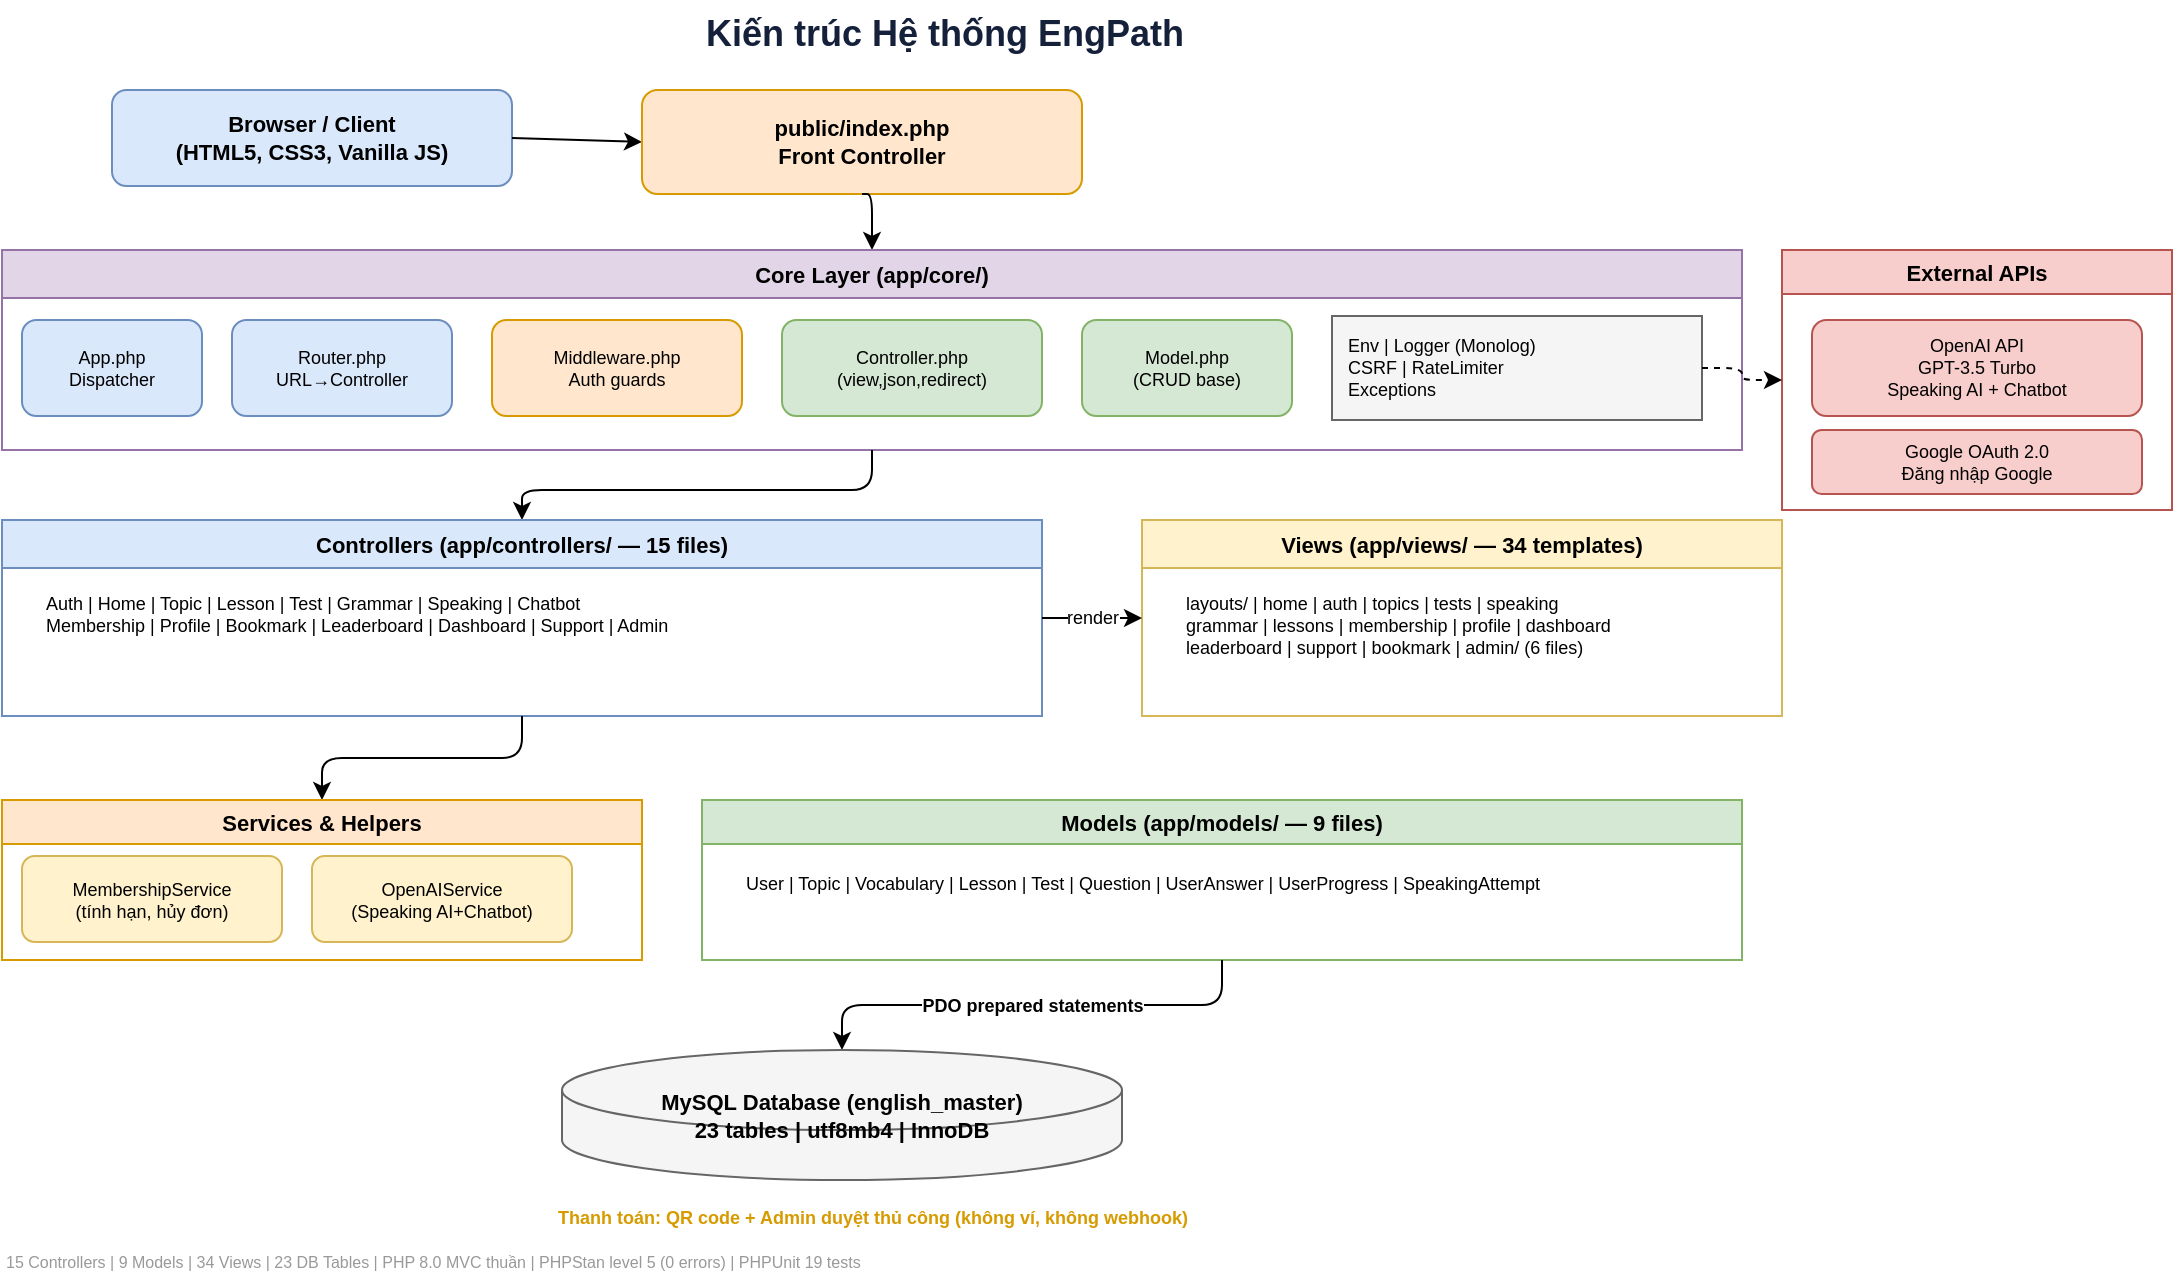
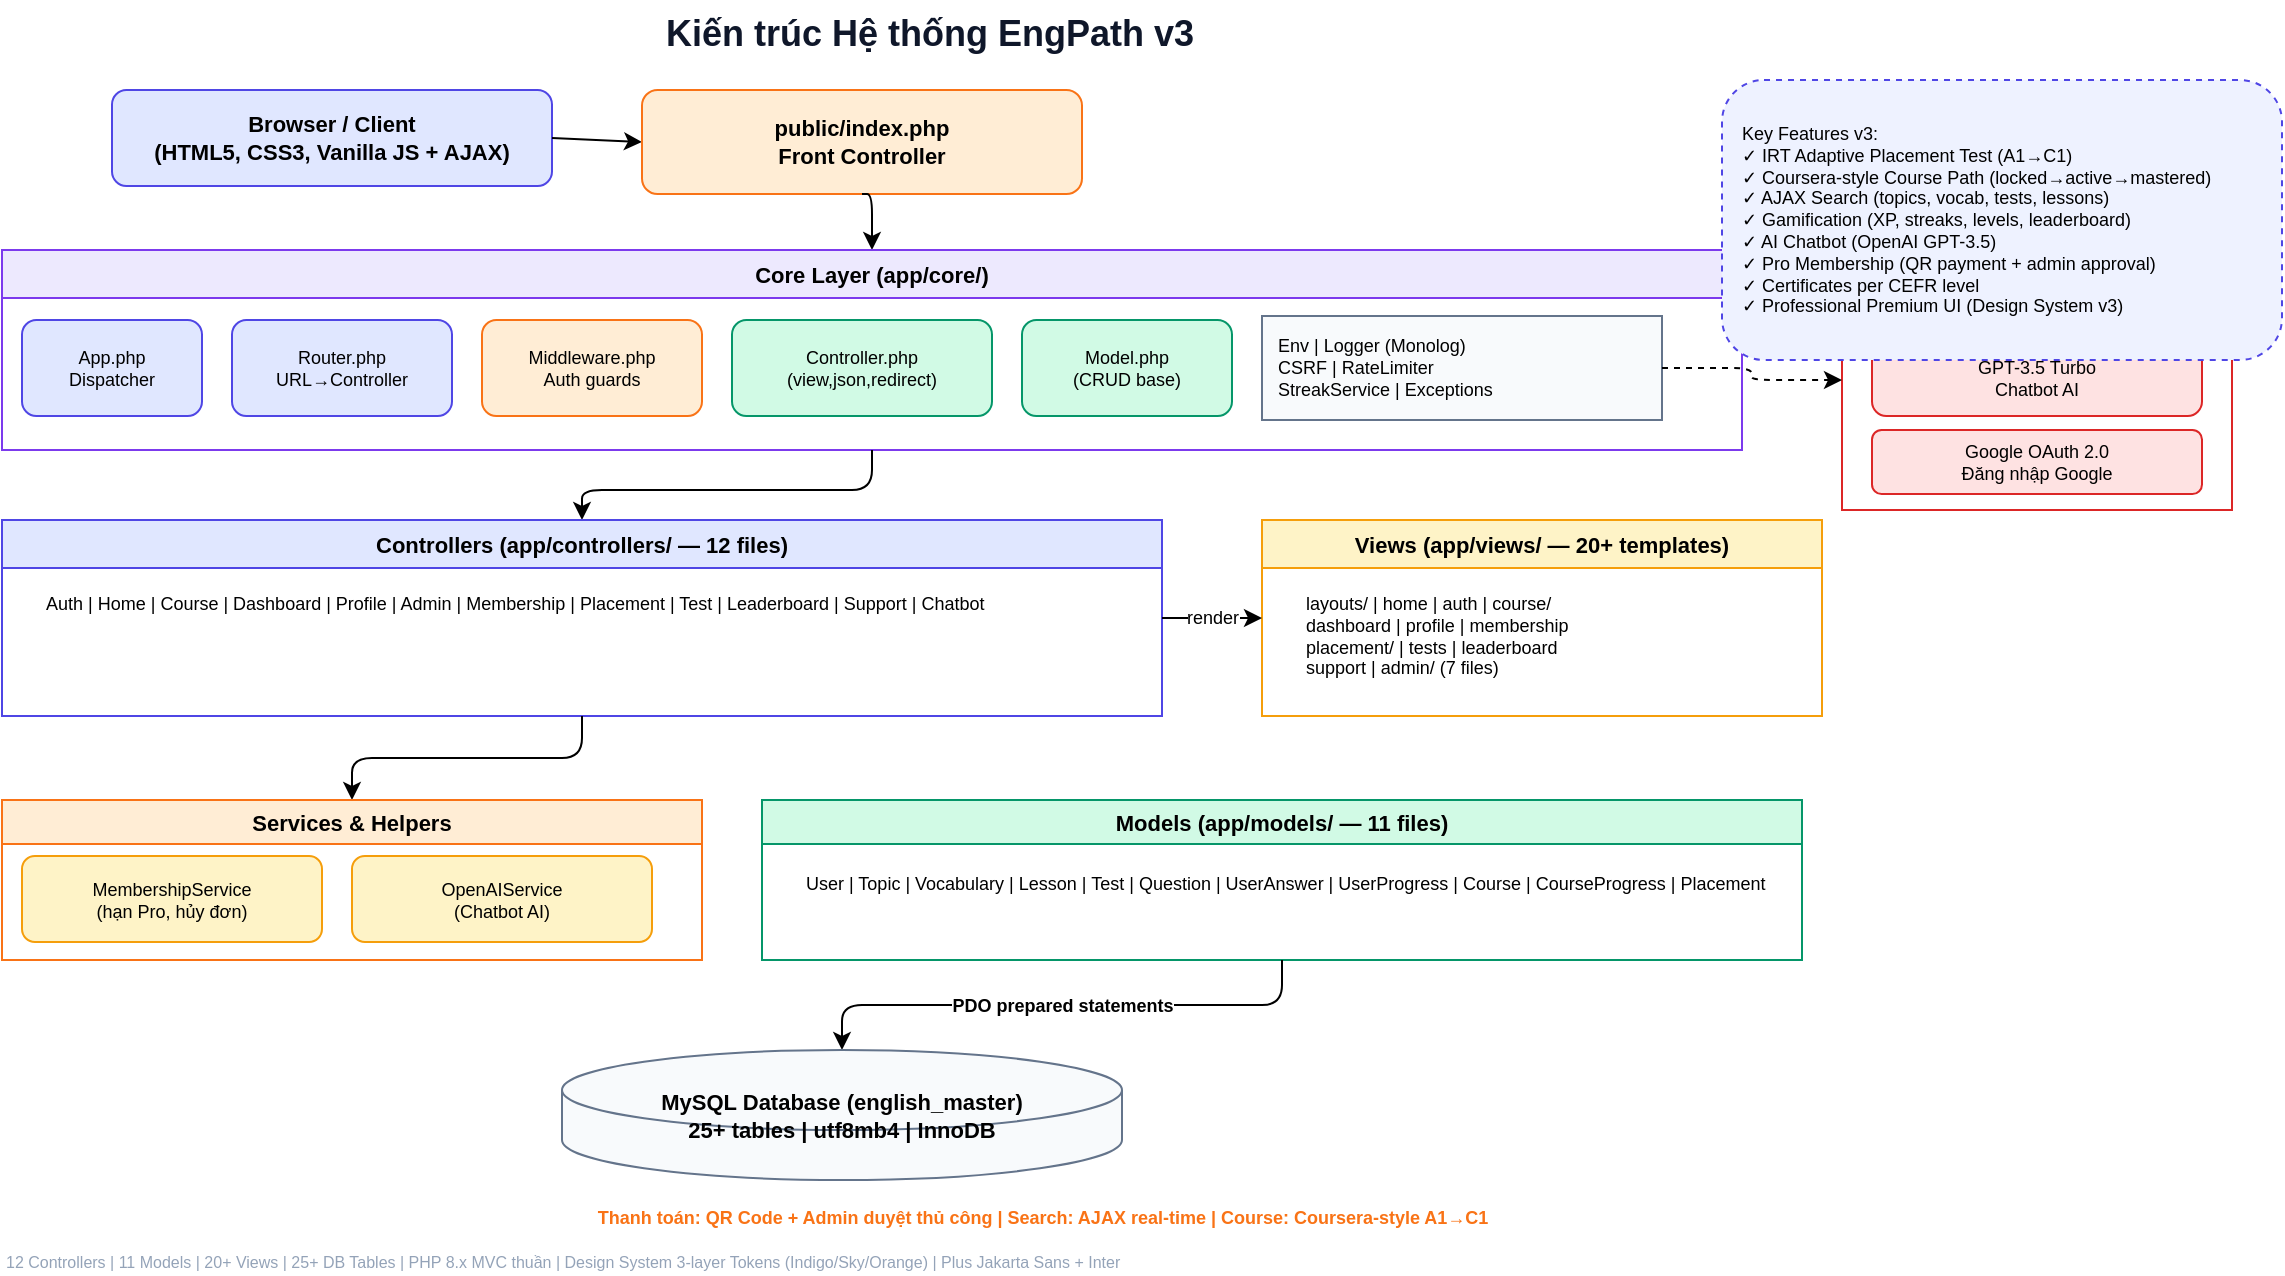
<mxfile host="Electron">
-   <diagram name="EngPath Architecture" id="0">
+   <diagram name="EngPath Architecture v3" id="0">
    <mxGraphModel dx="2054" dy="1201" grid="1" gridSize="10" guides="1" tooltips="1" connect="1" arrows="1" fold="1" page="1" pageScale="1" pageWidth="850" pageHeight="1100" math="0" shadow="0">
      <root>
        <mxCell id="0" />
        <mxCell id="1" parent="0" />
-         <mxCell id="title" parent="1" style="text;html=1;fontSize=18;fontStyle=1;fontColor=#15213A;" value="Kiến trúc Hệ thống EngPath" vertex="1">
-           <mxGeometry height="28" width="350" x="620" y="200" as="geometry" />
+         <mxCell id="title" parent="1" style="text;html=1;fontSize=18;fontStyle=1;fontColor=#0F172A;" value="Kiến trúc Hệ thống EngPath v3" vertex="1">
+           <mxGeometry height="28" width="350" x="600" y="200" as="geometry" />
        </mxCell>
-         <mxCell id="browser" parent="1" style="rounded=1;whiteSpace=wrap;html=1;fillColor=#DAE8FC;strokeColor=#6C8EBF;fontSize=11;fontStyle=1;" value="Browser / Client&#xa;(HTML5, CSS3, Vanilla JS)" vertex="1">
-           <mxGeometry height="48" width="200" x="325" y="245" as="geometry" />
+         <mxCell id="browser" parent="1" style="rounded=1;whiteSpace=wrap;html=1;fillColor=#E0E7FF;strokeColor=#4F46E5;fontSize=11;fontStyle=1;" value="Browser / Client&lt;br&gt;(HTML5, CSS3, Vanilla JS + AJAX)" vertex="1">
+           <mxGeometry height="48" width="220" x="325" y="245" as="geometry" />
        </mxCell>
        <mxCell id="e1" edge="1" parent="1" source="browser" style="rounded=1;orthogonalLoop=1;jettySize=auto;html=1;exitX=1;exitY=0.5;entryX=0;entryY=0.5;exitDx=0;exitDy=0;entryDx=0;entryDy=0;" target="index" value="">
          <mxGeometry relative="1" as="geometry" />
        </mxCell>
-         <mxCell id="index" parent="1" style="rounded=1;whiteSpace=wrap;html=1;fillColor=#FFE6CC;strokeColor=#D79B00;fontSize=11;fontStyle=1;" value="public/index.php&#xa;Front Controller" vertex="1">
+         <mxCell id="index" parent="1" style="rounded=1;whiteSpace=wrap;html=1;fillColor=#FFEDD5;strokeColor=#F97316;fontSize=11;fontStyle=1;" value="public/index.php&lt;br&gt;Front Controller" vertex="1">
          <mxGeometry height="52" width="220" x="590" y="245" as="geometry" />
        </mxCell>
        <mxCell id="e2" edge="1" parent="1" source="index" style="edgeStyle=orthogonalEdgeStyle;rounded=1;orthogonalLoop=1;jettySize=auto;html=1;exitX=0.5;exitY=1;entryX=0.5;entryY=0;" target="core_container" value="">
          <mxGeometry relative="1" as="geometry" />
        </mxCell>
-         <mxCell id="core_container" parent="1" style="swimlane;startSize=24;fillColor=#E1D5E7;strokeColor=#9673A6;fontSize=11;fontStyle=1;" value="Core Layer (app/core/)" vertex="1">
+         <mxCell id="core_container" parent="1" style="swimlane;startSize=24;fillColor=#EDE9FE;strokeColor=#7C3AED;fontSize=11;fontStyle=1;" value="Core Layer (app/core/)" vertex="1">
          <mxGeometry height="100" width="870" x="270" y="325" as="geometry" />
        </mxCell>
-         <mxCell id="app_core" parent="core_container" style="rounded=1;whiteSpace=wrap;html=1;fillColor=#DAE8FC;strokeColor=#6C8EBF;fontSize=9;" value="App.php&#xa;Dispatcher" vertex="1">
+         <mxCell id="app_core" parent="core_container" style="rounded=1;whiteSpace=wrap;html=1;fillColor=#E0E7FF;strokeColor=#4F46E5;fontSize=9;" value="App.php&lt;br&gt;Dispatcher" vertex="1">
          <mxGeometry height="48" width="90" x="10" y="35" as="geometry" />
        </mxCell>
-         <mxCell id="router" parent="core_container" style="rounded=1;whiteSpace=wrap;html=1;fillColor=#DAE8FC;strokeColor=#6C8EBF;fontSize=9;" value="Router.php&#xa;URL→Controller" vertex="1">
+         <mxCell id="router" parent="core_container" style="rounded=1;whiteSpace=wrap;html=1;fillColor=#E0E7FF;strokeColor=#4F46E5;fontSize=9;" value="Router.php&lt;br&gt;URL→Controller" vertex="1">
          <mxGeometry height="48" width="110" x="115" y="35" as="geometry" />
        </mxCell>
-         <mxCell id="middleware" parent="core_container" style="rounded=1;whiteSpace=wrap;html=1;fillColor=#FFE6CC;strokeColor=#D79B00;fontSize=9;" value="Middleware.php&#xa;Auth guards" vertex="1">
-           <mxGeometry height="48" width="125" x="245" y="35" as="geometry" />
+         <mxCell id="middleware" parent="core_container" style="rounded=1;whiteSpace=wrap;html=1;fillColor=#FFEDD5;strokeColor=#F97316;fontSize=9;" value="Middleware.php&lt;br&gt;Auth guards" vertex="1">
+           <mxGeometry height="48" width="110" x="240" y="35" as="geometry" />
        </mxCell>
-         <mxCell id="ctrl_base" parent="core_container" style="rounded=1;whiteSpace=wrap;html=1;fillColor=#D5E8D4;strokeColor=#82B366;fontSize=9;" value="Controller.php&#xa;(view,json,redirect)" vertex="1">
-           <mxGeometry height="48" width="130" x="390" y="35" as="geometry" />
+         <mxCell id="ctrl_base" parent="core_container" style="rounded=1;whiteSpace=wrap;html=1;fillColor=#D1FAE5;strokeColor=#059669;fontSize=9;" value="Controller.php&lt;br&gt;(view,json,redirect)" vertex="1">
+           <mxGeometry height="48" width="130" x="365" y="35" as="geometry" />
        </mxCell>
-         <mxCell id="model_base" parent="core_container" style="rounded=1;whiteSpace=wrap;html=1;fillColor=#D5E8D4;strokeColor=#82B366;fontSize=9;" value="Model.php&#xa;(CRUD base)" vertex="1">
-           <mxGeometry height="48" width="105" x="540" y="35" as="geometry" />
+         <mxCell id="model_base" parent="core_container" style="rounded=1;whiteSpace=wrap;html=1;fillColor=#D1FAE5;strokeColor=#059669;fontSize=9;" value="Model.php&lt;br&gt;(CRUD base)" vertex="1">
+           <mxGeometry height="48" width="105" x="510" y="35" as="geometry" />
        </mxCell>
-         <mxCell id="core_utils" parent="core_container" style="rounded=0;whiteSpace=wrap;html=1;fillColor=#F5F5F5;strokeColor=#666666;fontSize=9;align=left;spacingLeft=6;" value="Env | Logger (Monolog)&#xa;CSRF | RateLimiter&#xa;Exceptions" vertex="1">
-           <mxGeometry height="52" width="185" x="665" y="33" as="geometry" />
+         <mxCell id="core_utils" parent="core_container" style="rounded=0;whiteSpace=wrap;html=1;fillColor=#F8FAFC;strokeColor=#64748B;fontSize=9;align=left;spacingLeft=6;" value="Env | Logger (Monolog)&lt;br&gt;CSRF | RateLimiter&lt;br&gt;StreakService | Exceptions" vertex="1">
+           <mxGeometry height="52" width="200" x="630" y="33" as="geometry" />
        </mxCell>
        <mxCell id="e3" edge="1" parent="1" source="core_container" style="edgeStyle=orthogonalEdgeStyle;rounded=1;orthogonalLoop=1;jettySize=auto;html=1;exitX=0.5;exitY=1;entryX=0.5;entryY=0;" target="ctrl_container" value="">
          <mxGeometry relative="1" as="geometry" />
        </mxCell>
-         <mxCell id="ctrl_container" parent="1" style="swimlane;startSize=24;fillColor=#DAE8FC;strokeColor=#6C8EBF;fontSize=11;fontStyle=1;" value="Controllers (app/controllers/ — 15 files)" vertex="1">
-           <mxGeometry height="98" width="520" x="270" y="460" as="geometry" />
+         <mxCell id="ctrl_container" parent="1" style="swimlane;startSize=24;fillColor=#E0E7FF;strokeColor=#4F46E5;fontSize=11;fontStyle=1;" value="Controllers (app/controllers/ — 12 files)" vertex="1">
+           <mxGeometry height="98" width="580" x="270" y="460" as="geometry" />
        </mxCell>
-         <mxCell id="ctrls" parent="ctrl_container" style="text;html=1;fontSize=9;align=left;spacingLeft=10;" value="Auth | Home | Topic | Lesson | Test | Grammar | Speaking | Chatbot&#xa;Membership | Profile | Bookmark | Leaderboard | Dashboard | Support | Admin" vertex="1">
-           <mxGeometry height="58" width="500" x="10" y="30" as="geometry" />
+         <mxCell id="ctrls" parent="ctrl_container" style="text;html=1;fontSize=9;align=left;spacingLeft=10;" value="Auth | Home | Course | Dashboard | Profile | Admin | Membership | Placement | Test | Leaderboard | Support | Chatbot" vertex="1">
+           <mxGeometry height="58" width="560" x="10" y="30" as="geometry" />
        </mxCell>
-         <mxCell id="views_container" parent="1" style="swimlane;startSize=24;fillColor=#FFF2CC;strokeColor=#D6B656;fontSize=11;fontStyle=1;" value="Views (app/views/ — 34 templates)" vertex="1">
-           <mxGeometry height="98" width="320" x="840" y="460" as="geometry" />
+         <mxCell id="views_container" parent="1" style="swimlane;startSize=24;fillColor=#FEF3C7;strokeColor=#F59E0B;fontSize=11;fontStyle=1;" value="Views (app/views/ — 20+ templates)" vertex="1">
+           <mxGeometry height="98" width="280" x="900" y="460" as="geometry" />
        </mxCell>
-         <mxCell id="views_list" parent="views_container" style="text;html=1;fontSize=9;align=left;spacingLeft=10;" value="layouts/ | home | auth | topics | tests | speaking&#xa;grammar | lessons | membership | profile | dashboard&#xa;leaderboard | support | bookmark | admin/ (6 files)" vertex="1">
-           <mxGeometry height="58" width="300" x="10" y="30" as="geometry" />
+         <mxCell id="views_list" parent="views_container" style="text;html=1;fontSize=9;align=left;spacingLeft=10;" value="layouts/ | home | auth | course/&lt;br&gt;dashboard | profile | membership&lt;br&gt;placement/ | tests | leaderboard&lt;br&gt;support | admin/ (7 files)" vertex="1">
+           <mxGeometry height="58" width="260" x="10" y="30" as="geometry" />
        </mxCell>
        <mxCell id="e4" edge="1" parent="1" source="ctrl_container" style="edgeStyle=orthogonalEdgeStyle;rounded=1;orthogonalLoop=1;jettySize=auto;html=1;exitX=1;exitY=0.5;entryX=0;entryY=0.5;fontSize=9;" target="views_container" value="render">
          <mxGeometry relative="1" as="geometry" />
        </mxCell>
        <mxCell id="e5" edge="1" parent="1" source="ctrl_container" style="edgeStyle=orthogonalEdgeStyle;rounded=1;orthogonalLoop=1;jettySize=auto;html=1;exitX=0.5;exitY=1;entryX=0.5;entryY=0;" target="svc_container" value="">
          <mxGeometry relative="1" as="geometry" />
        </mxCell>
-         <mxCell id="svc_container" parent="1" style="swimlane;startSize=22;fillColor=#FFE6CC;strokeColor=#D79B00;fontSize=11;fontStyle=1;" value="Services &amp; Helpers" vertex="1">
-           <mxGeometry height="80" width="320" x="270" y="600" as="geometry" />
+         <mxCell id="svc_container" parent="1" style="swimlane;startSize=22;fillColor=#FFEDD5;strokeColor=#F97316;fontSize=11;fontStyle=1;" value="Services &amp; Helpers" vertex="1">
+           <mxGeometry height="80" width="350" x="270" y="600" as="geometry" />
        </mxCell>
-         <mxCell id="svc1" parent="svc_container" style="rounded=1;whiteSpace=wrap;html=1;fillColor=#FFF2CC;strokeColor=#D6B656;fontSize=9;" value="MembershipService&#xa;(tính hạn, hủy đơn)" vertex="1">
-           <mxGeometry height="43" width="130" x="10" y="28" as="geometry" />
+         <mxCell id="svc1" parent="svc_container" style="rounded=1;whiteSpace=wrap;html=1;fillColor=#FEF3C7;strokeColor=#F59E0B;fontSize=9;" value="MembershipService&lt;br&gt;(hạn Pro, hủy đơn)" vertex="1">
+           <mxGeometry height="43" width="150" x="10" y="28" as="geometry" />
        </mxCell>
-         <mxCell id="svc2" parent="svc_container" style="rounded=1;whiteSpace=wrap;html=1;fillColor=#FFF2CC;strokeColor=#D6B656;fontSize=9;" value="OpenAIService&#xa;(Speaking AI+Chatbot)" vertex="1">
-           <mxGeometry height="43" width="130" x="155" y="28" as="geometry" />
+         <mxCell id="svc2" parent="svc_container" style="rounded=1;whiteSpace=wrap;html=1;fillColor=#FEF3C7;strokeColor=#F59E0B;fontSize=9;" value="OpenAIService&lt;br&gt;(Chatbot AI)" vertex="1">
+           <mxGeometry height="43" width="150" x="175" y="28" as="geometry" />
        </mxCell>
-         <mxCell id="model_container" parent="1" style="swimlane;startSize=22;fillColor=#D5E8D4;strokeColor=#82B366;fontSize=11;fontStyle=1;" value="Models (app/models/ — 9 files)" vertex="1">
-           <mxGeometry height="80" width="520" x="620" y="600" as="geometry" />
+         <mxCell id="model_container" parent="1" style="swimlane;startSize=22;fillColor=#D1FAE5;strokeColor=#059669;fontSize=11;fontStyle=1;" value="Models (app/models/ — 11 files)" vertex="1">
+           <mxGeometry height="80" width="520" x="650" y="600" as="geometry" />
        </mxCell>
-         <mxCell id="models_list" parent="model_container" style="text;html=1;fontSize=9;align=left;spacingLeft=10;" value="User | Topic | Vocabulary | Lesson | Test | Question | UserAnswer | UserProgress | SpeakingAttempt" vertex="1">
+         <mxCell id="models_list" parent="model_container" style="text;html=1;fontSize=9;align=left;spacingLeft=10;" value="User | Topic | Vocabulary | Lesson | Test | Question | UserAnswer | UserProgress | Course | CourseProgress | Placement" vertex="1">
          <mxGeometry height="40" width="500" x="10" y="30" as="geometry" />
        </mxCell>
        <mxCell id="e6" edge="1" parent="1" source="model_container" style="edgeStyle=orthogonalEdgeStyle;rounded=1;orthogonalLoop=1;jettySize=auto;html=1;exitX=0.5;exitY=1;entryX=0.5;entryY=0;fontSize=9;fontStyle=1;" target="db" value="PDO prepared statements">
          <mxGeometry relative="1" as="geometry" />
        </mxCell>
-         <mxCell id="db" parent="1" style="shape=cylinder3;whiteSpace=wrap;html=1;fillColor=#F5F5F5;strokeColor=#666666;fontSize=11;fontStyle=1;size=20;" value="MySQL Database (english_master)&#xa;23 tables | utf8mb4 | InnoDB" vertex="1">
+         <mxCell id="db" parent="1" style="shape=cylinder3;whiteSpace=wrap;html=1;fillColor=#F8FAFC;strokeColor=#64748B;fontSize=11;fontStyle=1;size=20;" value="MySQL Database (english_master)&lt;br&gt;25+ tables | utf8mb4 | InnoDB" vertex="1">
          <mxGeometry height="65" width="280" x="550" y="725" as="geometry" />
        </mxCell>
-         <mxCell id="ext_container" parent="1" style="swimlane;startSize=22;fillColor=#F8CECC;strokeColor=#B85450;fontSize=11;fontStyle=1;" value="External APIs" vertex="1">
-           <mxGeometry height="130" width="195" x="1160" y="325" as="geometry" />
+         <mxCell id="ext_container" parent="1" style="swimlane;startSize=22;fillColor=#FEE2E2;strokeColor=#DC2626;fontSize=11;fontStyle=1;" value="External APIs" vertex="1">
+           <mxGeometry height="130" width="195" x="1190" y="325" as="geometry" />
        </mxCell>
-         <mxCell id="openai" parent="ext_container" style="rounded=1;whiteSpace=wrap;html=1;fillColor=#F8CECC;strokeColor=#B85450;fontSize=9;" value="OpenAI API&#xa;GPT-3.5 Turbo&#xa;Speaking AI + Chatbot" vertex="1">
+         <mxCell id="openai" parent="ext_container" style="rounded=1;whiteSpace=wrap;html=1;fillColor=#FEE2E2;strokeColor=#DC2626;fontSize=9;" value="OpenAI API&lt;br&gt;GPT-3.5 Turbo&lt;br&gt;Chatbot AI" vertex="1">
          <mxGeometry height="48" width="165" x="15" y="35" as="geometry" />
        </mxCell>
-         <mxCell id="google_oauth" parent="ext_container" style="rounded=1;whiteSpace=wrap;html=1;fillColor=#F8CECC;strokeColor=#B85450;fontSize=9;" value="Google OAuth 2.0&#xa;Đăng nhập Google" vertex="1">
+         <mxCell id="google_oauth" parent="ext_container" style="rounded=1;whiteSpace=wrap;html=1;fillColor=#FEE2E2;strokeColor=#DC2626;fontSize=9;" value="Google OAuth 2.0&lt;br&gt;Đăng nhập Google" vertex="1">
          <mxGeometry height="32" width="165" x="15" y="90" as="geometry" />
        </mxCell>
        <mxCell id="e7" edge="1" parent="1" source="core_utils" style="edgeStyle=orthogonalEdgeStyle;rounded=1;orthogonalLoop=1;jettySize=auto;html=1;exitX=1;exitY=0.5;entryX=0;entryY=0.5;dashed=1;" target="ext_container" value="">
          <mxGeometry relative="1" as="geometry" />
        </mxCell>
-         <mxCell id="note2" parent="1" style="text;html=1;fontSize=9;fontColor=#D79B00;fontStyle=1;align=center;" value="Thanh toán: QR code + Admin duyệt thủ công (không ví, không webhook)" vertex="1">
-           <mxGeometry height="18" width="350" x="530" y="797" as="geometry" />
+         <mxCell id="note2" parent="1" style="text;html=1;fontSize=9;fontColor=#F97316;fontStyle=1;align=center;" value="Thanh toán: QR Code + Admin duyệt thủ công | Search: AJAX real-time | Course: Coursera-style A1→C1" vertex="1">
+           <mxGeometry height="18" width="580" x="500" y="797" as="geometry" />
        </mxCell>
-         <mxCell id="note" parent="1" style="text;html=1;fontSize=8;fontColor=#999;align=left;" value="15 Controllers | 9 Models | 34 Views | 23 DB Tables | PHP 8.0 MVC thuần | PHPStan level 5 (0 errors) | PHPUnit 19 tests" vertex="1">
-           <mxGeometry height="16" width="540" x="270" y="820" as="geometry" />
+         <mxCell id="note" parent="1" style="text;html=1;fontSize=8;fontColor=#94A3B8;align=left;" value="12 Controllers | 11 Models | 20+ Views | 25+ DB Tables | PHP 8.x MVC thuần | Design System 3-layer Tokens (Indigo/Sky/Orange) | Plus Jakarta Sans + Inter" vertex="1">
+           <mxGeometry height="16" width="600" x="270" y="820" as="geometry" />
+         </mxCell>
+         <mxCell id="feature_box" parent="1" style="rounded=1;whiteSpace=wrap;html=1;fillColor=#EEF2FF;strokeColor=#4F46E5;fontSize=9;dashed=1;align=left;spacingLeft=8;" value="Key Features v3:&lt;br&gt;✓ IRT Adaptive Placement Test (A1→C1)&lt;br&gt;✓ Coursera-style Course Path (locked→active→mastered)&lt;br&gt;✓ AJAX Search (topics, vocab, tests, lessons)&lt;br&gt;✓ Gamification (XP, streaks, levels, leaderboard)&lt;br&gt;✓ AI Chatbot (OpenAI GPT-3.5)&lt;br&gt;✓ Pro Membership (QR payment + admin approval)&lt;br&gt;✓ Certificates per CEFR level&lt;br&gt;✓ Professional Premium UI (Design System v3)" vertex="1">
+           <mxGeometry height="140" width="280" x="1130" y="240" as="geometry" />
        </mxCell>
      </root>
    </mxGraphModel>
  </diagram>
</mxfile>
